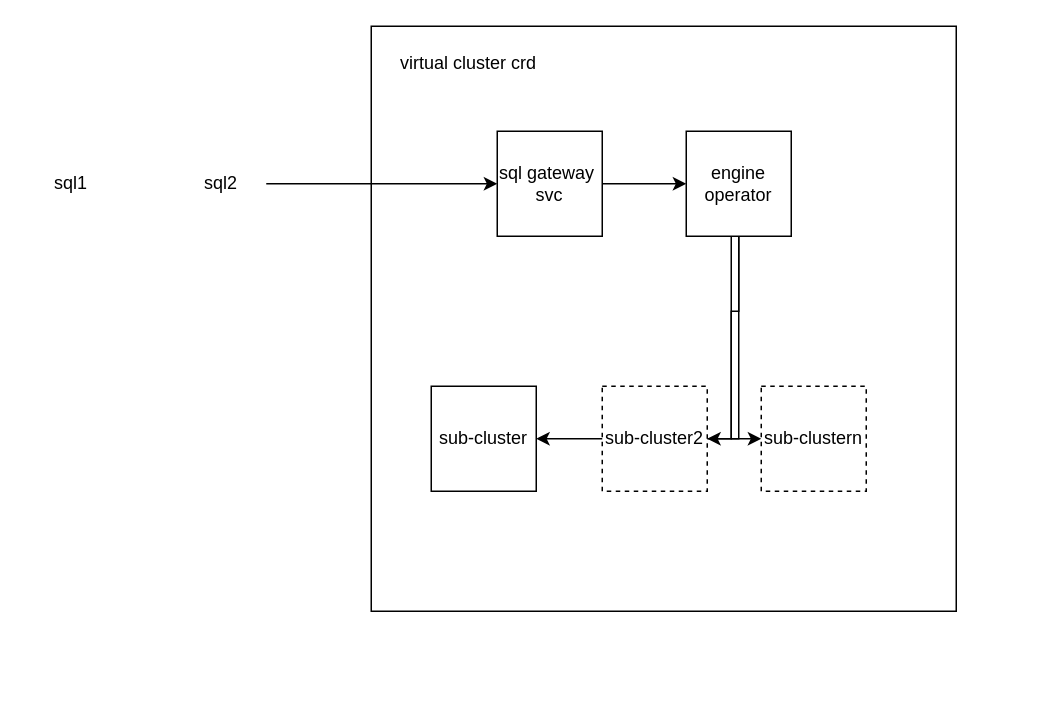
The draw.io diagram mpp弹性标准.drawio in yuhuali1989/ui, before the edit. Source tidied: cells renumbered, new cells numbered last; positions are measured from the earlier drawing's top-left corner, leaving out a move shared by most shapes. Both pictures are drawn from the tidied source at 150%, with x=0, y=0 at pixel (26, 26).
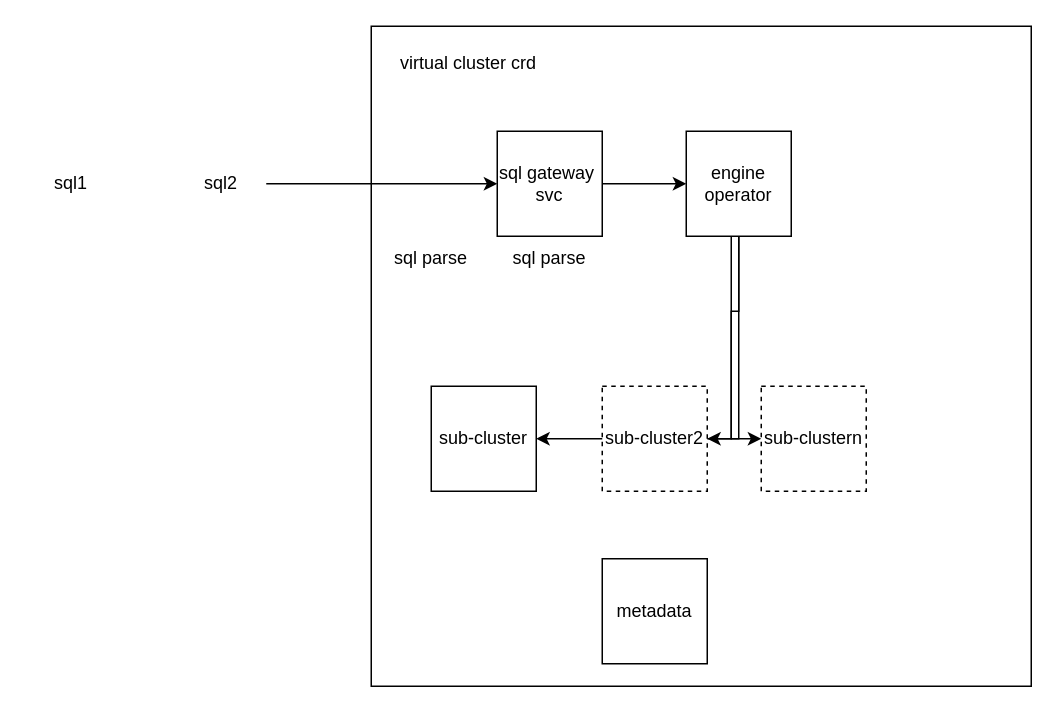
After the change.

The edit, as a diff of the source:
```diff
@@
     <mxCell id="2" style="whiteSpace=wrap;html=1;" parent="1" vertex="1">
-      <mxGeometry x="230" width="390" height="390" as="geometry" />
+      <mxGeometry x="230" width="440" height="440" as="geometry" />
     </mxCell>
@@
+    <mxCell id="16" value="sql parse" style="text;html=1;strokeColor=none;fillColor=none;align=center;verticalAlign=middle;whiteSpace=wrap;rounded=0;dashed=1;" parent="1" vertex="1">
+      <mxGeometry x="240" y="140" width="60" height="30" as="geometry" />
+    </mxCell>
+    <mxCell id="17" value="sql parse" style="text;html=1;strokeColor=none;fillColor=none;align=center;verticalAlign=middle;whiteSpace=wrap;rounded=0;dashed=1;" parent="1" vertex="1">
+      <mxGeometry x="319" y="140" width="60" height="30" as="geometry" />
+    </mxCell>
+    <mxCell id="18" value="metadata" style="whiteSpace=wrap;html=1;" parent="1" vertex="1">
+      <mxGeometry x="384" y="355" width="70" height="70" as="geometry" />
+    </mxCell>
```
